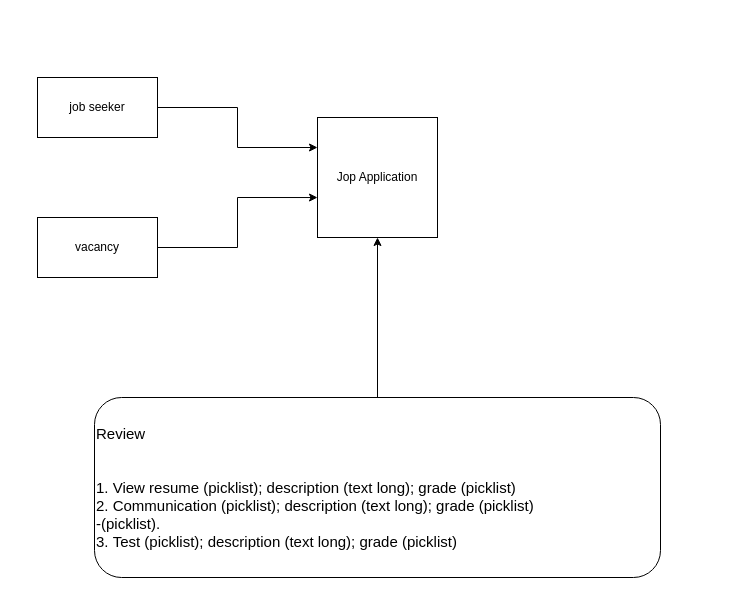
Before: Диаграмма без названия.drawio in stanislav-email/second-project, a draw.io diagram. Source tidied: cells renumbered, new cells numbered last; positions are measured from the earlier drawing's top-left corner, leaving out a move shared by most shapes. Both pictures are drawn from the tidied source at 100%, with x=0, y=0 at pixel (37, 77).
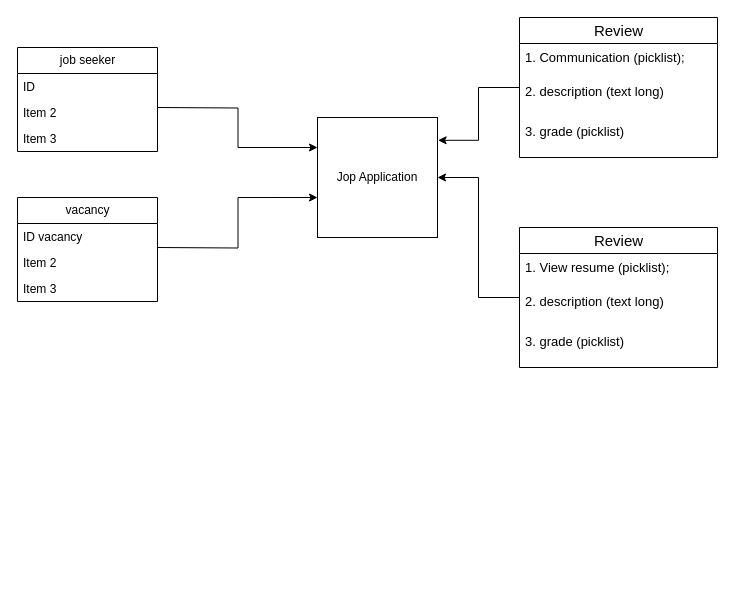
Above is the later version.

Change to the diagram source:
```diff
@@
-    <mxCell id="2" style="edgeStyle=orthogonalEdgeStyle;rounded=0;jettySize=auto;html=1;entryX=0;entryY=0.25;entryDx=0;entryDy=0;" parent="1" edge="1" source="3" target="6">
-      <mxGeometry relative="1" as="geometry" />
+    <mxCell id="2" style="edgeStyle=orthogonalEdgeStyle;rounded=0;jettySize=auto;html=1;entryX=0;entryY=0.25;entryDx=0;entryDy=0;" parent="1" edge="1" target="6">
+      <mxGeometry relative="1" as="geometry">
+        <mxPoint x="120" y="30" as="sourcePoint" />
+      </mxGeometry>
     </mxCell>
+    <mxCell id="4" style="edgeStyle=orthogonalEdgeStyle;rounded=0;jettySize=auto;html=1;entryX=0;entryY=0.667;entryDx=0;entryDy=0;entryPerimeter=0;" parent="1" edge="1" target="6">
+      <mxGeometry relative="1" as="geometry">
+        <mxPoint x="120" y="170" as="sourcePoint" />
+      </mxGeometry>
+    </mxCell>
+    <mxCell id="6" value="Jop Application" style="whiteSpace=wrap;html=1;" parent="1" vertex="1">
+      <mxGeometry x="280" y="40" width="120" height="120" as="geometry" />
+    </mxCell>
-    <mxCell id="3" value="job seeker" style="rounded=0;whiteSpace=wrap;html=1;" parent="1" vertex="1">
-      <mxGeometry width="120" height="60" as="geometry" />
+    <mxCell id="3" value="&lt;span style=&quot;&quot;&gt;job seeker&lt;/span&gt;" style="swimlane;fontStyle=0;horizontal=1;startSize=26;fillColor=none;html=1;" parent="1" vertex="1">
+      <mxGeometry x="-20" y="-30" width="140" height="104" as="geometry" />
     </mxCell>
-    <mxCell id="4" style="edgeStyle=orthogonalEdgeStyle;rounded=0;jettySize=auto;html=1;entryX=0;entryY=0.667;entryDx=0;entryDy=0;entryPerimeter=0;" parent="1" edge="1" source="5" target="6">
-      <mxGeometry relative="1" as="geometry" />
-    </mxCell>
+    <mxCell id="9" value="ID" style="text;strokeColor=none;fillColor=none;align=left;verticalAlign=top;spacingLeft=4;spacingRight=4;overflow=hidden;whiteSpace=wrap;html=1;" parent="3" vertex="1">
+      <mxGeometry y="26" width="140" height="26" as="geometry" />
+    </mxCell>
+    <mxCell id="10" value="Item 2" style="text;strokeColor=none;fillColor=none;align=left;verticalAlign=top;spacingLeft=4;spacingRight=4;overflow=hidden;whiteSpace=wrap;html=1;" parent="3" vertex="1">
+      <mxGeometry y="52" width="140" height="26" as="geometry" />
+    </mxCell>
+    <mxCell id="11" value="Item 3" style="text;strokeColor=none;fillColor=none;align=left;verticalAlign=top;spacingLeft=4;spacingRight=4;overflow=hidden;whiteSpace=wrap;html=1;" parent="3" vertex="1">
+      <mxGeometry y="78" width="140" height="26" as="geometry" />
+    </mxCell>
-    <mxCell id="5" value="vacancy" style="rounded=0;whiteSpace=wrap;html=1;" parent="1" vertex="1">
-      <mxGeometry y="140" width="120" height="60" as="geometry" />
+    <mxCell id="5" value="&lt;span style=&quot;&quot;&gt;vacancy&lt;/span&gt;" style="swimlane;fontStyle=0;horizontal=1;startSize=26;fillColor=none;html=1;" parent="1" vertex="1">
+      <mxGeometry x="-20" y="120" width="140" height="104" as="geometry" />
     </mxCell>
-    <mxCell id="6" value="Jop Application" style="whiteSpace=wrap;html=1;" parent="1" vertex="1">
-      <mxGeometry x="280" y="40" width="120" height="120" as="geometry" />
-    </mxCell>
-    <mxCell id="7" style="edgeStyle=orthogonalEdgeStyle;rounded=0;jettySize=auto;html=1;entryX=0.5;entryY=1;entryDx=0;entryDy=0;fontSize=14;" parent="1" edge="1" source="8" target="6">
-      <mxGeometry relative="1" as="geometry" />
-    </mxCell>
-    <mxCell id="8" value="Review&lt;br style=&quot;font-size: 15px;&quot;&gt;&lt;br style=&quot;font-size: 15px;&quot;&gt;&lt;br style=&quot;font-size: 15px;&quot;&gt;1.&amp;nbsp;View resume&amp;nbsp;(picklist); description (text long); grade (picklist)&lt;br style=&quot;font-size: 15px;&quot;&gt;2. Communication&amp;nbsp;(picklist); description (text long); grade (picklist)&lt;br style=&quot;font-size: 15px;&quot;&gt;-(picklist).&lt;br style=&quot;font-size: 15px;&quot;&gt;3.&amp;nbsp;Test&amp;nbsp;(picklist); description (text long); grade (picklist)" style="rounded=1;textDirection=ltr;labelBackgroundColor=none;html=1;fontSize=15;align=left;" parent="1" vertex="1">
-      <mxGeometry x="57" y="320" width="566" height="180" as="geometry" />
-    </mxCell>
+    <mxCell id="12" value="ID vacancy" style="text;strokeColor=none;fillColor=none;align=left;verticalAlign=top;spacingLeft=4;spacingRight=4;overflow=hidden;whiteSpace=wrap;html=1;" parent="5" vertex="1">
+      <mxGeometry y="26" width="140" height="26" as="geometry" />
+    </mxCell>
+    <mxCell id="13" value="Item 2" style="text;strokeColor=none;fillColor=none;align=left;verticalAlign=top;spacingLeft=4;spacingRight=4;overflow=hidden;whiteSpace=wrap;html=1;" parent="5" vertex="1">
+      <mxGeometry y="52" width="140" height="26" as="geometry" />
+    </mxCell>
+    <mxCell id="14" value="Item 3" style="text;strokeColor=none;fillColor=none;align=left;verticalAlign=top;spacingLeft=4;spacingRight=4;overflow=hidden;whiteSpace=wrap;html=1;" parent="5" vertex="1">
+      <mxGeometry y="78" width="140" height="26" as="geometry" />
+    </mxCell>
+    <mxCell id="15" style="edgeStyle=orthogonalEdgeStyle;rounded=0;jettySize=auto;html=1;fontSize=13;" parent="1" edge="1" source="16" target="6">
+      <mxGeometry relative="1" as="geometry" />
+    </mxCell>
+    <mxCell id="16" value="&lt;span style=&quot;font-size: 15px; text-align: left;&quot;&gt;Review&lt;/span&gt;" style="swimlane;fontStyle=0;horizontal=1;startSize=26;fillColor=none;html=1;" parent="1" vertex="1">
+      <mxGeometry x="482" y="150" width="198" height="140" as="geometry" />
+    </mxCell>
+    <mxCell id="17" value="&lt;font style=&quot;font-size: 13px;&quot;&gt;1.&amp;nbsp;View resume&amp;nbsp;(picklist);&amp;nbsp;&lt;br style=&quot;border-color: var(--border-color);&quot;&gt;&lt;br&gt;&lt;/font&gt;" style="text;strokeColor=none;fillColor=none;align=left;verticalAlign=top;spacingLeft=4;spacingRight=4;overflow=hidden;whiteSpace=wrap;html=1;" parent="16" vertex="1">
+      <mxGeometry y="26" width="198" height="34" as="geometry" />
+    </mxCell>
+    <mxCell id="18" value="&lt;span style=&quot;font-size: 13px;&quot;&gt;2.&amp;nbsp;&lt;/span&gt;&lt;span style=&quot;font-size: 13px;&quot;&gt;description (text long)&lt;/span&gt;" style="text;strokeColor=none;fillColor=none;align=left;verticalAlign=top;spacingLeft=4;spacingRight=4;overflow=hidden;whiteSpace=wrap;html=1;" parent="16" vertex="1">
+      <mxGeometry y="60" width="198" height="40" as="geometry" />
+    </mxCell>
+    <mxCell id="19" value="&lt;span style=&quot;font-size: 13px;&quot;&gt;3. grade (picklist)&lt;/span&gt;" style="text;strokeColor=none;fillColor=none;align=left;verticalAlign=top;spacingLeft=4;spacingRight=4;overflow=hidden;whiteSpace=wrap;html=1;" parent="16" vertex="1">
+      <mxGeometry y="100" width="198" height="40" as="geometry" />
+    </mxCell>
+    <mxCell id="20" style="edgeStyle=orthogonalEdgeStyle;rounded=0;jettySize=auto;html=1;entryX=1.005;entryY=0.19;entryDx=0;entryDy=0;entryPerimeter=0;fontSize=13;" parent="1" edge="1" source="21" target="6">
+      <mxGeometry relative="1" as="geometry" />
+    </mxCell>
+    <mxCell id="21" value="&lt;span style=&quot;font-size: 15px; text-align: left;&quot;&gt;Review&lt;/span&gt;" style="swimlane;fontStyle=0;horizontal=1;startSize=26;fillColor=none;html=1;" parent="1" vertex="1">
+      <mxGeometry x="482" y="-60" width="198" height="140" as="geometry" />
+    </mxCell>
+    <mxCell id="22" value="&lt;font style=&quot;font-size: 13px;&quot;&gt;1.&amp;nbsp;Communication (picklist);&amp;nbsp;&lt;br style=&quot;border-color: var(--border-color);&quot;&gt;&lt;br&gt;&lt;/font&gt;" style="text;strokeColor=none;fillColor=none;align=left;verticalAlign=top;spacingLeft=4;spacingRight=4;overflow=hidden;whiteSpace=wrap;html=1;" parent="21" vertex="1">
+      <mxGeometry y="26" width="198" height="34" as="geometry" />
+    </mxCell>
+    <mxCell id="23" value="&lt;span style=&quot;font-size: 13px;&quot;&gt;2.&amp;nbsp;&lt;/span&gt;&lt;span style=&quot;font-size: 13px;&quot;&gt;description (text long)&lt;/span&gt;" style="text;strokeColor=none;fillColor=none;align=left;verticalAlign=top;spacingLeft=4;spacingRight=4;overflow=hidden;whiteSpace=wrap;html=1;" parent="21" vertex="1">
+      <mxGeometry y="60" width="198" height="40" as="geometry" />
+    </mxCell>
+    <mxCell id="24" value="&lt;span style=&quot;font-size: 13px;&quot;&gt;3. grade (picklist)&lt;/span&gt;" style="text;strokeColor=none;fillColor=none;align=left;verticalAlign=top;spacingLeft=4;spacingRight=4;overflow=hidden;whiteSpace=wrap;html=1;" parent="21" vertex="1">
+      <mxGeometry y="100" width="198" height="40" as="geometry" />
+    </mxCell>
```
